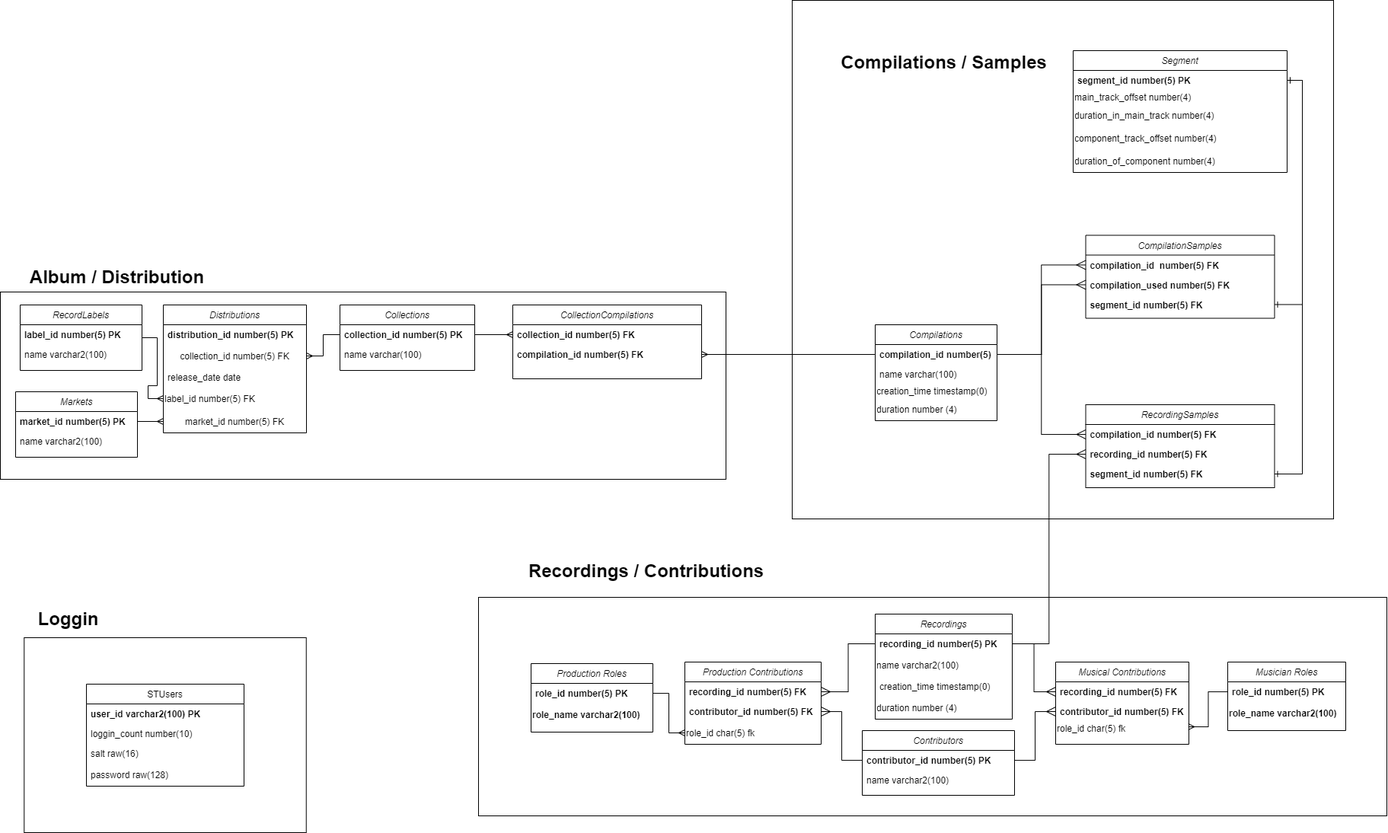
Earlier version of the draw.io export sql/SongTrackerERD.png (Marian-Hristov/song-tracker). Source tidied: cells renumbered, new cells last; positions are measured from the earlier drawing's top-left corner, leaving out a move shared by most shapes.
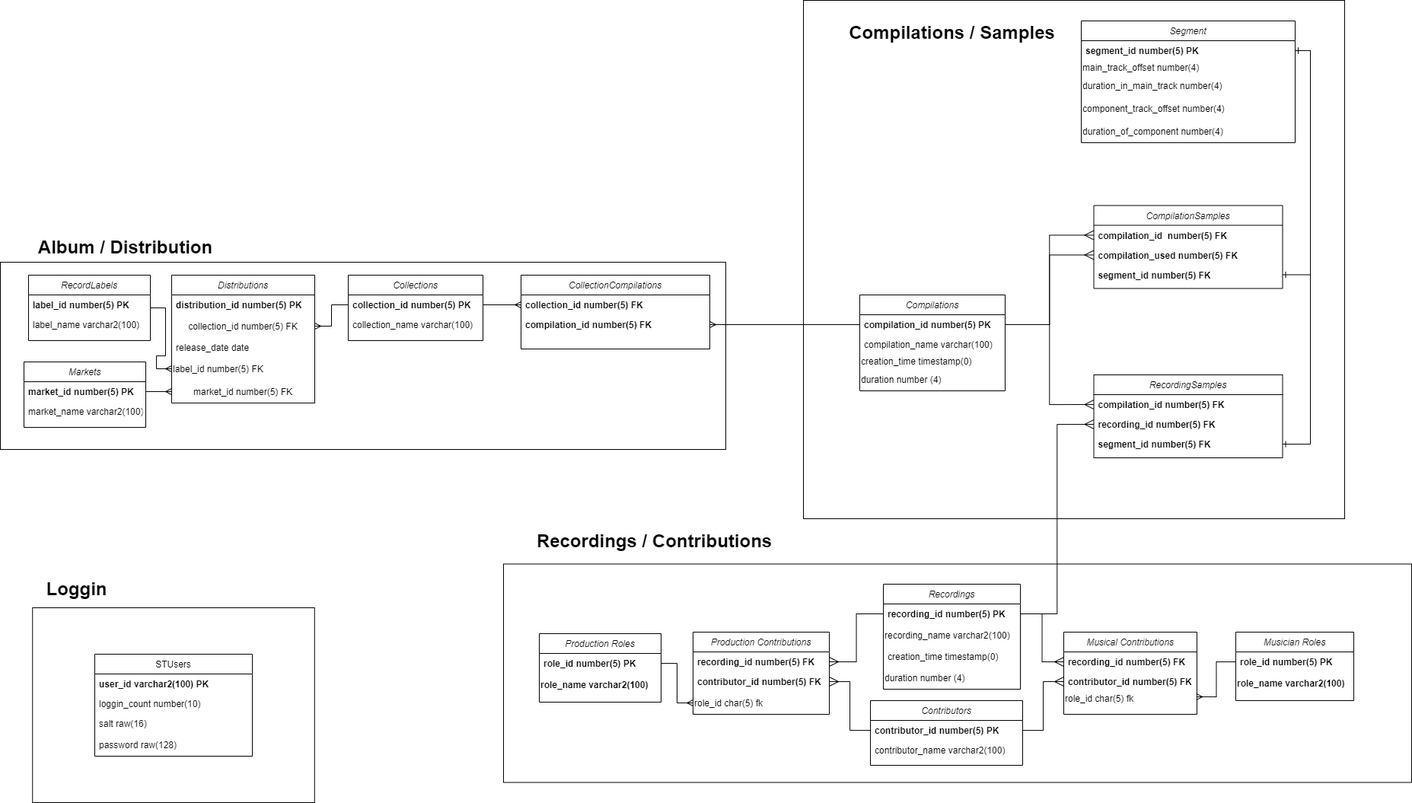
Later version of the same file.

Commit message:
modified the erd to include the updated column names

The edit, as a diff of the source:
```diff
@@ -8,7 +8,7 @@
     <mxCell id="3" value="contributor_id number(5) PK" style="text;align=left;verticalAlign=top;spacingLeft=4;spacingRight=4;overflow=hidden;points=[[0,0.5],[1,0.5]];portConstraint=eastwest;fontStyle=1;" parent="2" vertex="1">
       <mxGeometry y="26" width="200" height="26" as="geometry" />
     </mxCell>
-    <mxCell id="4" value="name varchar2(100)" style="text;align=left;verticalAlign=top;spacingLeft=4;spacingRight=4;overflow=hidden;rounded=0;shadow=0;html=0;" parent="2" vertex="1">
+    <mxCell id="4" value="contributor_name varchar2(100)" style="text;align=left;verticalAlign=top;spacingLeft=4;spacingRight=4;overflow=hidden;rounded=0;shadow=0;html=0;" parent="2" vertex="1">
       <mxGeometry y="52" width="200" height="26" as="geometry" />
     </mxCell>
     <mxCell id="5" value="Recordings" style="swimlane;fontStyle=2;align=center;verticalAlign=top;horizontal=1;startSize=26;rounded=0;shadow=0;strokeWidth=1;" parent="1" vertex="1">
@@ -17,7 +17,7 @@
     <mxCell id="6" value="recording_id number(5) PK" style="text;align=left;verticalAlign=top;spacingLeft=4;spacingRight=4;overflow=hidden;points=[[0,0.5],[1,0.5]];portConstraint=eastwest;fontStyle=1;" parent="5" vertex="1">
       <mxGeometry y="26" width="180" height="26" as="geometry" />
     </mxCell>
-    <mxCell id="7" value="name varchar2(100)" style="text;html=1;strokeColor=none;fillColor=none;align=left;verticalAlign=middle;whiteSpace=wrap;rounded=0;" parent="5" vertex="1">
+    <mxCell id="7" value="recording_name varchar2(100)" style="text;html=1;strokeColor=none;fillColor=none;align=left;verticalAlign=middle;whiteSpace=wrap;rounded=0;" parent="5" vertex="1">
       <mxGeometry y="52" width="180" height="30" as="geometry" />
     </mxCell>
     <mxCell id="8" value="creation_time timestamp(0)" style="text;align=left;verticalAlign=top;spacingLeft=4;spacingRight=4;overflow=hidden;rounded=0;shadow=0;html=0;" parent="5" vertex="1">
@@ -51,19 +51,19 @@
       <mxGeometry y="78" width="179" height="30" as="geometry" />
     </mxCell>
     <mxCell id="18" value="Compilations" style="swimlane;fontStyle=2;align=center;verticalAlign=top;horizontal=1;startSize=26;rounded=0;shadow=0;strokeWidth=1;" parent="1" vertex="1">
-      <mxGeometry x="1149" y="426" width="160" height="126" as="geometry" />
+      <mxGeometry x="1118" y="426" width="191" height="126" as="geometry" />
     </mxCell>
     <mxCell id="19" value="compilation_id number(5) PK" style="text;align=left;verticalAlign=top;spacingLeft=4;spacingRight=4;overflow=hidden;points=[[0,0.5],[1,0.5]];portConstraint=eastwest;fontStyle=1;" parent="18" vertex="1">
-      <mxGeometry y="26" width="160" height="26" as="geometry" />
+      <mxGeometry y="26" width="191" height="26" as="geometry" />
     </mxCell>
-    <mxCell id="20" value="name varchar(100)" style="text;align=left;verticalAlign=top;spacingLeft=4;spacingRight=4;overflow=hidden;rounded=0;shadow=0;html=0;fontStyle=0;" parent="18" vertex="1">
-      <mxGeometry y="52" width="160" height="26" as="geometry" />
+    <mxCell id="20" value="compilation_name varchar(100)" style="text;align=left;verticalAlign=top;spacingLeft=4;spacingRight=4;overflow=hidden;rounded=0;shadow=0;html=0;fontStyle=0;" parent="18" vertex="1">
+      <mxGeometry y="52" width="191" height="26" as="geometry" />
     </mxCell>
     <mxCell id="21" value="creation_time timestamp(0)" style="text;html=1;align=left;verticalAlign=middle;strokeColor=none;fillColor=none;" parent="18" vertex="1">
-      <mxGeometry y="78" width="160" height="18" as="geometry" />
+      <mxGeometry y="78" width="191" height="18" as="geometry" />
     </mxCell>
     <mxCell id="22" value="duration number (4)" style="text;html=1;strokeColor=none;fillColor=none;align=left;verticalAlign=middle;whiteSpace=wrap;rounded=0;" parent="18" vertex="1">
-      <mxGeometry y="96" width="160" height="30" as="geometry" />
+      <mxGeometry y="96" width="191" height="30" as="geometry" />
     </mxCell>
     <mxCell id="23" value="RecordingSamples" style="swimlane;fontStyle=2;align=center;verticalAlign=top;horizontal=1;startSize=26;rounded=0;shadow=0;strokeWidth=1;" parent="1" vertex="1">
       <mxGeometry x="1425.5" y="531" width="248" height="109" as="geometry" />
@@ -167,7 +167,7 @@
     <mxCell id="56" value="market_id number(5) PK" style="text;align=left;verticalAlign=top;spacingLeft=4;spacingRight=4;overflow=hidden;points=[[0,0.5],[1,0.5]];portConstraint=eastwest;fontStyle=1;" parent="55" vertex="1">
       <mxGeometry y="26" width="160" height="26" as="geometry" />
     </mxCell>
-    <mxCell id="57" value="name varchar2(100)" style="text;align=left;verticalAlign=top;spacingLeft=4;spacingRight=4;overflow=hidden;rounded=0;shadow=0;html=0;fontStyle=0;" parent="55" vertex="1">
+    <mxCell id="57" value="market_name varchar2(100)" style="text;align=left;verticalAlign=top;spacingLeft=4;spacingRight=4;overflow=hidden;rounded=0;shadow=0;html=0;fontStyle=0;" parent="55" vertex="1">
       <mxGeometry y="52" width="160" height="26" as="geometry" />
     </mxCell>
     <mxCell id="58" value="Distributions" style="swimlane;fontStyle=2;align=center;verticalAlign=top;horizontal=1;startSize=26;rounded=0;shadow=0;strokeWidth=1;" parent="1" vertex="1">
@@ -194,7 +194,7 @@
     <mxCell id="65" value="collection_id number(5) PK" style="text;align=left;verticalAlign=top;spacingLeft=4;spacingRight=4;overflow=hidden;points=[[0,0.5],[1,0.5]];portConstraint=eastwest;fontStyle=1;" parent="64" vertex="1">
       <mxGeometry y="26" width="177" height="26" as="geometry" />
     </mxCell>
-    <mxCell id="66" value="name varchar(100)" style="text;align=left;verticalAlign=top;spacingLeft=4;spacingRight=4;overflow=hidden;rounded=0;shadow=0;html=0;fontStyle=0;" parent="64" vertex="1">
+    <mxCell id="66" value="collection_name varchar(100)" style="text;align=left;verticalAlign=top;spacingLeft=4;spacingRight=4;overflow=hidden;rounded=0;shadow=0;html=0;fontStyle=0;" parent="64" vertex="1">
       <mxGeometry y="52" width="177" height="26" as="geometry" />
     </mxCell>
     <mxCell id="67" style="edgeStyle=orthogonalEdgeStyle;rounded=0;jettySize=auto;html=1;entryX=0;entryY=0.5;entryDx=0;entryDy=0;startArrow=none;startFill=0;endArrow=ERmany;endFill=0;strokeColor=default;" parent="1" edge="1" source="68" target="62">
@@ -206,7 +206,7 @@
     <mxCell id="69" value="label_id number(5) PK" style="text;align=left;verticalAlign=top;spacingLeft=4;spacingRight=4;overflow=hidden;fontStyle=1;" parent="68" vertex="1">
       <mxGeometry y="26" width="160" height="26" as="geometry" />
     </mxCell>
-    <mxCell id="70" value="name varchar2(100)" style="text;align=left;verticalAlign=top;spacingLeft=4;spacingRight=4;overflow=hidden;rounded=0;shadow=0;html=0;fontStyle=0;" parent="68" vertex="1">
+    <mxCell id="70" value="label_name varchar2(100)" style="text;align=left;verticalAlign=top;spacingLeft=4;spacingRight=4;overflow=hidden;rounded=0;shadow=0;html=0;fontStyle=0;" parent="68" vertex="1">
       <mxGeometry y="52" width="160" height="26" as="geometry" />
     </mxCell>
     <mxCell id="71" style="edgeStyle=orthogonalEdgeStyle;rounded=0;jettySize=auto;html=1;startArrow=none;startFill=0;endArrow=ERmany;endFill=0;strokeColor=default;" parent="1" edge="1" source="65" target="60">
@@ -231,19 +231,19 @@
       <mxGeometry relative="1" as="geometry" />
     </mxCell>
     <mxCell id="78" style="rounded=0;whiteSpace=wrap;html=1;align=left;fillColor=none;" parent="1" vertex="1">
-      <mxGeometry y="383" width="953" height="246" as="geometry" />
+      <mxGeometry x="-11" y="383" width="953" height="246" as="geometry" />
     </mxCell>
     <mxCell id="79" value="Album / Distribution" style="text;strokeColor=none;fillColor=none;html=1;fontSize=24;fontStyle=1;verticalAlign=middle;align=center;" parent="1" vertex="1">
       <mxGeometry x="103" y="343" width="100" height="40" as="geometry" />
     </mxCell>
     <mxCell id="80" style="rounded=0;whiteSpace=wrap;html=1;fillColor=none;align=left;" parent="1" vertex="1">
-      <mxGeometry x="628" y="784" width="1193" height="287" as="geometry" />
+      <mxGeometry x="650" y="779.5" width="1193" height="287" as="geometry" />
     </mxCell>
     <mxCell id="81" value="Recordings / Contributions" style="text;strokeColor=none;fillColor=none;html=1;fontSize=24;fontStyle=1;verticalAlign=middle;align=center;" parent="1" vertex="1">
       <mxGeometry x="798" y="729" width="100" height="40" as="geometry" />
     </mxCell>
     <mxCell id="82" style="rounded=0;whiteSpace=wrap;html=1;fillColor=none;align=left;" parent="1" vertex="1">
-      <mxGeometry x="1040" width="711" height="681" as="geometry" />
+      <mxGeometry x="1044" y="39" width="711" height="681" as="geometry" />
     </mxCell>
     <mxCell id="83" value="Compilations / Samples" style="text;strokeColor=none;fillColor=none;html=1;fontSize=24;fontStyle=1;verticalAlign=middle;align=center;" parent="1" vertex="1">
       <mxGeometry x="1189" y="61" width="100" height="40" as="geometry" />
```
